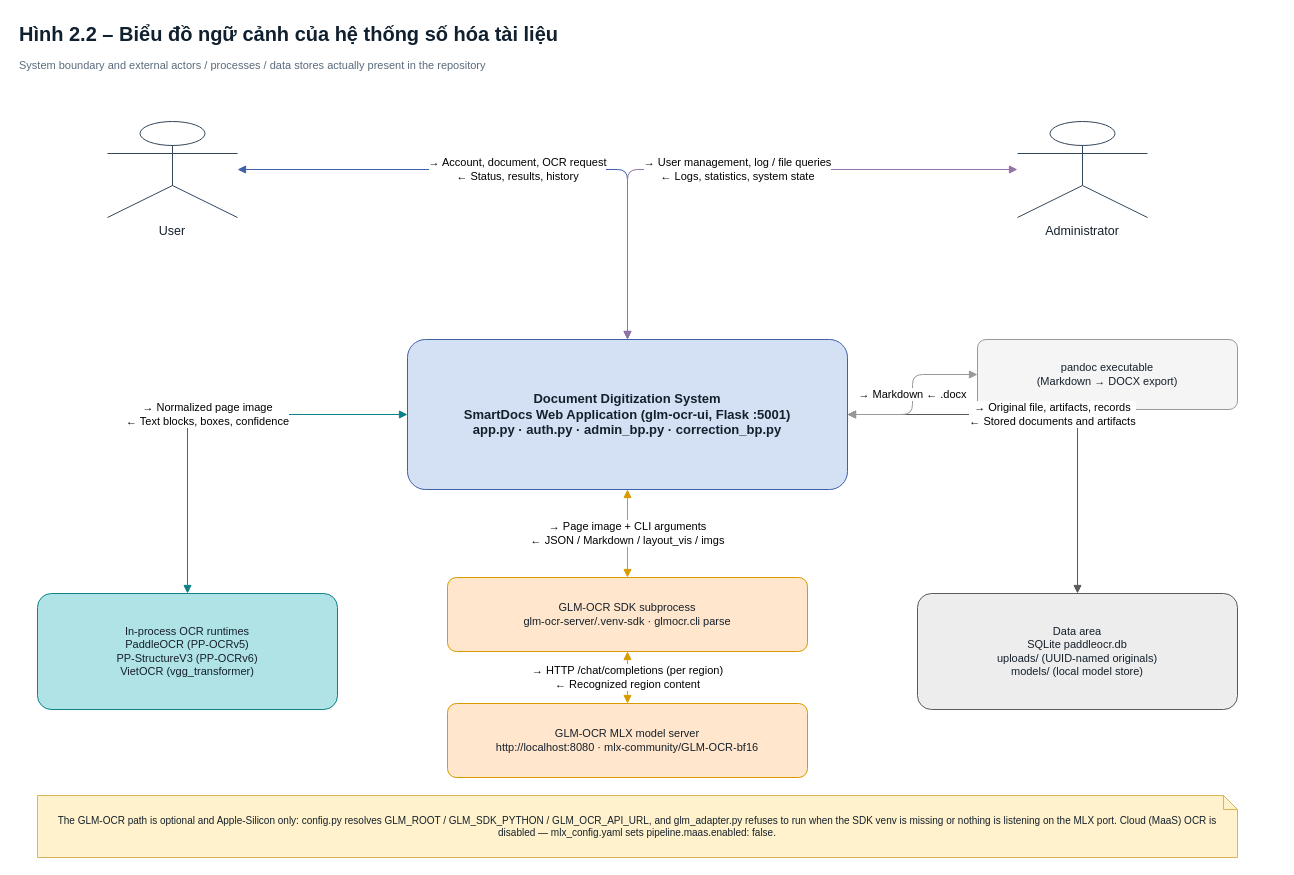
This is report_figures/chapter2/fig_2_2_context.drawio from imtoiteu/OCRandCorrectionVn, a draw.io file, before an edit. Source tidied: cells renumbered, new cells numbered last; positions are measured from the earlier drawing's top-left corner, leaving out a move shared by most shapes. Both pictures are drawn from the tidied source at 100%, with x=0, y=0 at pixel (17, 17).
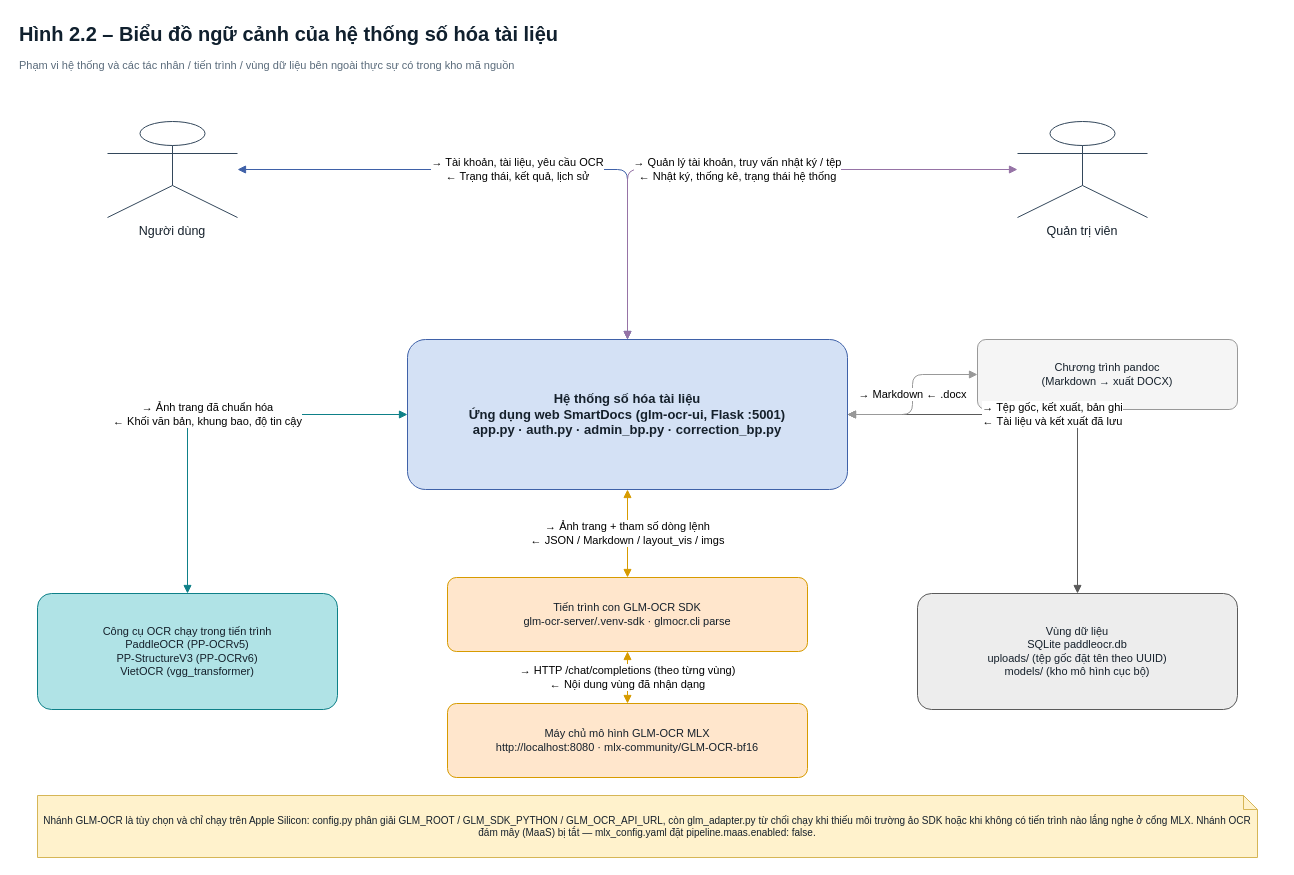
The same diagram, later.

What changed in the source:
```diff
@@
 <mxGraphModel>
   <root>
     <mxCell id="0" />
     <mxCell id="1" parent="0" />
     <mxCell id="2" value="Hình 2.2 – Biểu đồ ngữ cảnh của hệ thống số hóa tài liệu" style="text;html=1;fontSize=20;fontStyle=1;verticalAlign=middle;align=left;fontColor=#10202E;" parent="1" vertex="1">
-      <mxGeometry width="1240" height="32" as="geometry" />
+      <mxGeometry width="1260" height="32" as="geometry" />
     </mxCell>
-    <mxCell id="3" value="System boundary and external actors / processes / data stores actually present in the repository" style="text;html=1;fontSize=11;verticalAlign=middle;align=left;fontColor=#5A6B7B;" parent="1" vertex="1">
-      <mxGeometry y="38" width="1240" height="20" as="geometry" />
+    <mxCell id="3" value="Phạm vi hệ thống và các tác nhân / tiến trình / vùng dữ liệu bên ngoài thực sự có trong kho mã nguồn" style="text;html=1;fontSize=11;verticalAlign=middle;align=left;fontColor=#5A6B7B;" parent="1" vertex="1">
+      <mxGeometry y="38" width="1260" height="20" as="geometry" />
     </mxCell>
-    <mxCell id="4" value="Document Digitization System&lt;br&gt;SmartDocs Web Application  (glm-ocr-ui, Flask :5001)&lt;br&gt;app.py · auth.py · admin_bp.py · correction_bp.py" style="rounded=1;arcSize=12;whiteSpace=wrap;html=1;fontSize=13;fillColor=#D4E1F5;strokeColor=#3F61A8;fontColor=#15202B;fontStyle=1;" parent="1" vertex="1">
+    <mxCell id="4" value="Hệ thống số hóa tài liệu&lt;br&gt;Ứng dụng web SmartDocs  (glm-ocr-ui, Flask :5001)&lt;br&gt;app.py · auth.py · admin_bp.py · correction_bp.py" style="rounded=1;arcSize=12;whiteSpace=wrap;html=1;fontSize=13;fillColor=#D4E1F5;strokeColor=#3F61A8;fontColor=#15202B;fontStyle=1;" parent="1" vertex="1">
       <mxGeometry x="390" y="322" width="440" height="150" as="geometry" />
     </mxCell>
-    <mxCell id="5" value="User" style="shape=umlActor;verticalLabelPosition=bottom;labelPosition=center;verticalAlign=top;outlineConnect=0;whiteSpace=wrap;html=1;fontSize=12.5;fillColor=#FFFFFF;strokeColor=#33475B;fontColor=#15202B;" parent="1" vertex="1">
+    <mxCell id="5" value="Người dùng" style="shape=umlActor;verticalLabelPosition=bottom;labelPosition=center;verticalAlign=top;outlineConnect=0;whiteSpace=wrap;html=1;fontSize=12.5;fillColor=#FFFFFF;strokeColor=#33475B;fontColor=#15202B;" parent="1" vertex="1">
       <mxGeometry x="90" y="104" width="130" height="96" as="geometry" />
     </mxCell>
-    <mxCell id="6" value="Administrator" style="shape=umlActor;verticalLabelPosition=bottom;labelPosition=center;verticalAlign=top;outlineConnect=0;whiteSpace=wrap;html=1;fontSize=12.5;fillColor=#FFFFFF;strokeColor=#33475B;fontColor=#15202B;" parent="1" vertex="1">
+    <mxCell id="6" value="Quản trị viên" style="shape=umlActor;verticalLabelPosition=bottom;labelPosition=center;verticalAlign=top;outlineConnect=0;whiteSpace=wrap;html=1;fontSize=12.5;fillColor=#FFFFFF;strokeColor=#33475B;fontColor=#15202B;" parent="1" vertex="1">
       <mxGeometry x="1000" y="104" width="130" height="96" as="geometry" />
     </mxCell>
-    <mxCell id="7" value="In-process OCR runtimes&lt;br&gt;PaddleOCR (PP-OCRv5)&lt;br&gt;PP-StructureV3 (PP-OCRv6)&lt;br&gt;VietOCR (vgg_transformer)" style="rounded=1;arcSize=12;whiteSpace=wrap;html=1;fontSize=11;fillColor=#B0E3E6;strokeColor=#0E8088;fontColor=#15202B;" parent="1" vertex="1">
+    <mxCell id="7" value="Công cụ OCR chạy trong tiến trình&lt;br&gt;PaddleOCR (PP-OCRv5)&lt;br&gt;PP-StructureV3 (PP-OCRv6)&lt;br&gt;VietOCR (vgg_transformer)" style="rounded=1;arcSize=12;whiteSpace=wrap;html=1;fontSize=11;fillColor=#B0E3E6;strokeColor=#0E8088;fontColor=#15202B;" parent="1" vertex="1">
       <mxGeometry x="20" y="576" width="300" height="116" as="geometry" />
     </mxCell>
-    <mxCell id="8" value="GLM-OCR SDK subprocess&lt;br&gt;glm-ocr-server/.venv-sdk · glmocr.cli parse" style="rounded=1;arcSize=12;whiteSpace=wrap;html=1;fontSize=11;fillColor=#FFE6CC;strokeColor=#D79B00;fontColor=#15202B;" parent="1" vertex="1">
+    <mxCell id="8" value="Tiến trình con GLM-OCR SDK&lt;br&gt;glm-ocr-server/.venv-sdk · glmocr.cli parse" style="rounded=1;arcSize=12;whiteSpace=wrap;html=1;fontSize=11;fillColor=#FFE6CC;strokeColor=#D79B00;fontColor=#15202B;" parent="1" vertex="1">
       <mxGeometry x="430" y="560" width="360" height="74" as="geometry" />
     </mxCell>
-    <mxCell id="9" value="GLM-OCR MLX model server&lt;br&gt;http://localhost:8080 · mlx-community/GLM-OCR-bf16" style="rounded=1;arcSize=12;whiteSpace=wrap;html=1;fontSize=11;fillColor=#FFE6CC;strokeColor=#D79B00;fontColor=#15202B;" parent="1" vertex="1">
+    <mxCell id="9" value="Máy chủ mô hình GLM-OCR MLX&lt;br&gt;http://localhost:8080 · mlx-community/GLM-OCR-bf16" style="rounded=1;arcSize=12;whiteSpace=wrap;html=1;fontSize=11;fillColor=#FFE6CC;strokeColor=#D79B00;fontColor=#15202B;" parent="1" vertex="1">
       <mxGeometry x="430" y="686" width="360" height="74" as="geometry" />
     </mxCell>
-    <mxCell id="10" value="Data area&lt;br&gt;SQLite  paddleocr.db&lt;br&gt;uploads/  (UUID-named originals)&lt;br&gt;models/  (local model store)" style="rounded=1;arcSize=12;whiteSpace=wrap;html=1;fontSize=11;fillColor=#EDEDED;strokeColor=#5A5A5A;fontColor=#15202B;" parent="1" vertex="1">
+    <mxCell id="10" value="Vùng dữ liệu&lt;br&gt;SQLite  paddleocr.db&lt;br&gt;uploads/  (tệp gốc đặt tên theo UUID)&lt;br&gt;models/  (kho mô hình cục bộ)" style="rounded=1;arcSize=12;whiteSpace=wrap;html=1;fontSize=11;fillColor=#EDEDED;strokeColor=#5A5A5A;fontColor=#15202B;" parent="1" vertex="1">
       <mxGeometry x="900" y="576" width="320" height="116" as="geometry" />
     </mxCell>
-    <mxCell id="11" value="pandoc executable&lt;br&gt;(Markdown → DOCX export)" style="rounded=1;arcSize=12;whiteSpace=wrap;html=1;fontSize=11;fillColor=#F5F5F5;strokeColor=#999999;fontColor=#15202B;" parent="1" vertex="1">
+    <mxCell id="11" value="Chương trình pandoc&lt;br&gt;(Markdown → xuất DOCX)" style="rounded=1;arcSize=12;whiteSpace=wrap;html=1;fontSize=11;fillColor=#F5F5F5;strokeColor=#999999;fontColor=#15202B;" parent="1" vertex="1">
       <mxGeometry x="960" y="322" width="260" height="70" as="geometry" />
     </mxCell>
-    <mxCell id="12" value="The GLM-OCR path is optional and Apple-Silicon only: config.py resolves GLM_ROOT / GLM_SDK_PYTHON / GLM_OCR_API_URL, and glm_adapter.py refuses to run when the SDK venv is missing or nothing is listening on the MLX port. Cloud (MaaS) OCR is disabled — mlx_config.yaml sets pipeline.maas.enabled: false." style="shape=note;size=14;whiteSpace=wrap;html=1;fontSize=10;fillColor=#FFF2CC;strokeColor=#D6B656;fontColor=#15202B;" parent="1" vertex="1">
-      <mxGeometry x="20" y="778" width="1200" height="62" as="geometry" />
+    <mxCell id="12" value="Nhánh GLM-OCR là tùy chọn và chỉ chạy trên Apple Silicon: config.py phân giải GLM_ROOT / GLM_SDK_PYTHON / GLM_OCR_API_URL, còn glm_adapter.py từ chối chạy khi thiếu môi trường ảo SDK hoặc khi không có tiến trình nào lắng nghe ở cổng MLX. Nhánh OCR đám mây (MaaS) bị tắt — mlx_config.yaml đặt pipeline.maas.enabled: false." style="shape=note;size=14;whiteSpace=wrap;html=1;fontSize=10;fillColor=#FFF2CC;strokeColor=#D6B656;fontColor=#15202B;" parent="1" vertex="1">
+      <mxGeometry x="20" y="778" width="1220" height="62" as="geometry" />
     </mxCell>
-    <mxCell id="13" value="→  Account, document, OCR request&lt;br&gt;←  Status, results, history" style="edgeStyle=orthogonalEdgeStyle;rounded=1;html=1;fontSize=11;endArrow=block;strokeColor=#3F61A8;labelBackgroundColor=#FFFFFF;startArrow=block;" parent="1" edge="1" source="5" target="4">
+    <mxCell id="13" value="→  Tài khoản, tài liệu, yêu cầu OCR&lt;br&gt;←  Trạng thái, kết quả, lịch sử" style="edgeStyle=orthogonalEdgeStyle;rounded=1;html=1;fontSize=11;endArrow=block;strokeColor=#3F61A8;labelBackgroundColor=#FFFFFF;startArrow=block;" parent="1" edge="1" source="5" target="4">
       <mxGeometry relative="1" as="geometry" />
     </mxCell>
-    <mxCell id="14" value="→  User management, log / file queries&lt;br&gt;←  Logs, statistics, system state" style="edgeStyle=orthogonalEdgeStyle;rounded=1;html=1;fontSize=11;endArrow=block;strokeColor=#9673A6;labelBackgroundColor=#FFFFFF;startArrow=block;" parent="1" edge="1" source="6" target="4">
+    <mxCell id="14" value="→  Quản lý tài khoản, truy vấn nhật ký / tệp&lt;br&gt;←  Nhật ký, thống kê, trạng thái hệ thống" style="edgeStyle=orthogonalEdgeStyle;rounded=1;html=1;fontSize=11;endArrow=block;strokeColor=#9673A6;labelBackgroundColor=#FFFFFF;startArrow=block;" parent="1" edge="1" source="6" target="4">
       <mxGeometry relative="1" as="geometry" />
     </mxCell>
-    <mxCell id="15" value="→  Normalized page image&lt;br&gt;←  Text blocks, boxes, confidence" style="edgeStyle=orthogonalEdgeStyle;rounded=1;html=1;fontSize=11;endArrow=block;strokeColor=#0E8088;labelBackgroundColor=#FFFFFF;startArrow=block;" parent="1" edge="1" source="4" target="7">
+    <mxCell id="15" value="→  Ảnh trang đã chuẩn hóa&lt;br&gt;←  Khối văn bản, khung bao, độ tin cậy" style="edgeStyle=orthogonalEdgeStyle;rounded=1;html=1;fontSize=11;endArrow=block;strokeColor=#0E8088;labelBackgroundColor=#FFFFFF;startArrow=block;" parent="1" edge="1" source="4" target="7">
       <mxGeometry relative="1" as="geometry" />
     </mxCell>
-    <mxCell id="16" value="→  Page image + CLI arguments&lt;br&gt;←  JSON / Markdown / layout_vis / imgs" style="edgeStyle=orthogonalEdgeStyle;rounded=1;html=1;fontSize=11;endArrow=block;strokeColor=#D79B00;labelBackgroundColor=#FFFFFF;startArrow=block;" parent="1" edge="1" source="4" target="8">
+    <mxCell id="16" value="→  Ảnh trang + tham số dòng lệnh&lt;br&gt;←  JSON / Markdown / layout_vis / imgs" style="edgeStyle=orthogonalEdgeStyle;rounded=1;html=1;fontSize=11;endArrow=block;strokeColor=#D79B00;labelBackgroundColor=#FFFFFF;startArrow=block;" parent="1" edge="1" source="4" target="8">
       <mxGeometry relative="1" as="geometry" />
     </mxCell>
-    <mxCell id="17" value="→  HTTP /chat/completions (per region)&lt;br&gt;←  Recognized region content" style="edgeStyle=orthogonalEdgeStyle;rounded=1;html=1;fontSize=11;endArrow=block;strokeColor=#D79B00;labelBackgroundColor=#FFFFFF;startArrow=block;" parent="1" edge="1" source="8" target="9">
+    <mxCell id="17" value="→  HTTP /chat/completions (theo từng vùng)&lt;br&gt;←  Nội dung vùng đã nhận dạng" style="edgeStyle=orthogonalEdgeStyle;rounded=1;html=1;fontSize=11;endArrow=block;strokeColor=#D79B00;labelBackgroundColor=#FFFFFF;startArrow=block;" parent="1" edge="1" source="8" target="9">
       <mxGeometry relative="1" as="geometry" />
     </mxCell>
-    <mxCell id="18" value="→  Original file, artifacts, records&lt;br&gt;←  Stored documents and artifacts" style="edgeStyle=orthogonalEdgeStyle;rounded=1;html=1;fontSize=11;endArrow=block;strokeColor=#5A5A5A;labelBackgroundColor=#FFFFFF;startArrow=block;" parent="1" edge="1" source="4" target="10">
+    <mxCell id="18" value="→  Tệp gốc, kết xuất, bản ghi&lt;br&gt;←  Tài liệu và kết xuất đã lưu" style="edgeStyle=orthogonalEdgeStyle;rounded=1;html=1;fontSize=11;endArrow=block;strokeColor=#5A5A5A;labelBackgroundColor=#FFFFFF;startArrow=block;" parent="1" edge="1" source="4" target="10">
       <mxGeometry relative="1" as="geometry" />
     </mxCell>
     <mxCell id="19" value="→  Markdown    ←  .docx" style="edgeStyle=orthogonalEdgeStyle;rounded=1;html=1;fontSize=11;endArrow=block;strokeColor=#999999;labelBackgroundColor=#FFFFFF;startArrow=block;" parent="1" edge="1" source="4" target="11">
       <mxGeometry relative="1" as="geometry" />
     </mxCell>
   </root>
 </mxGraphModel>
```
